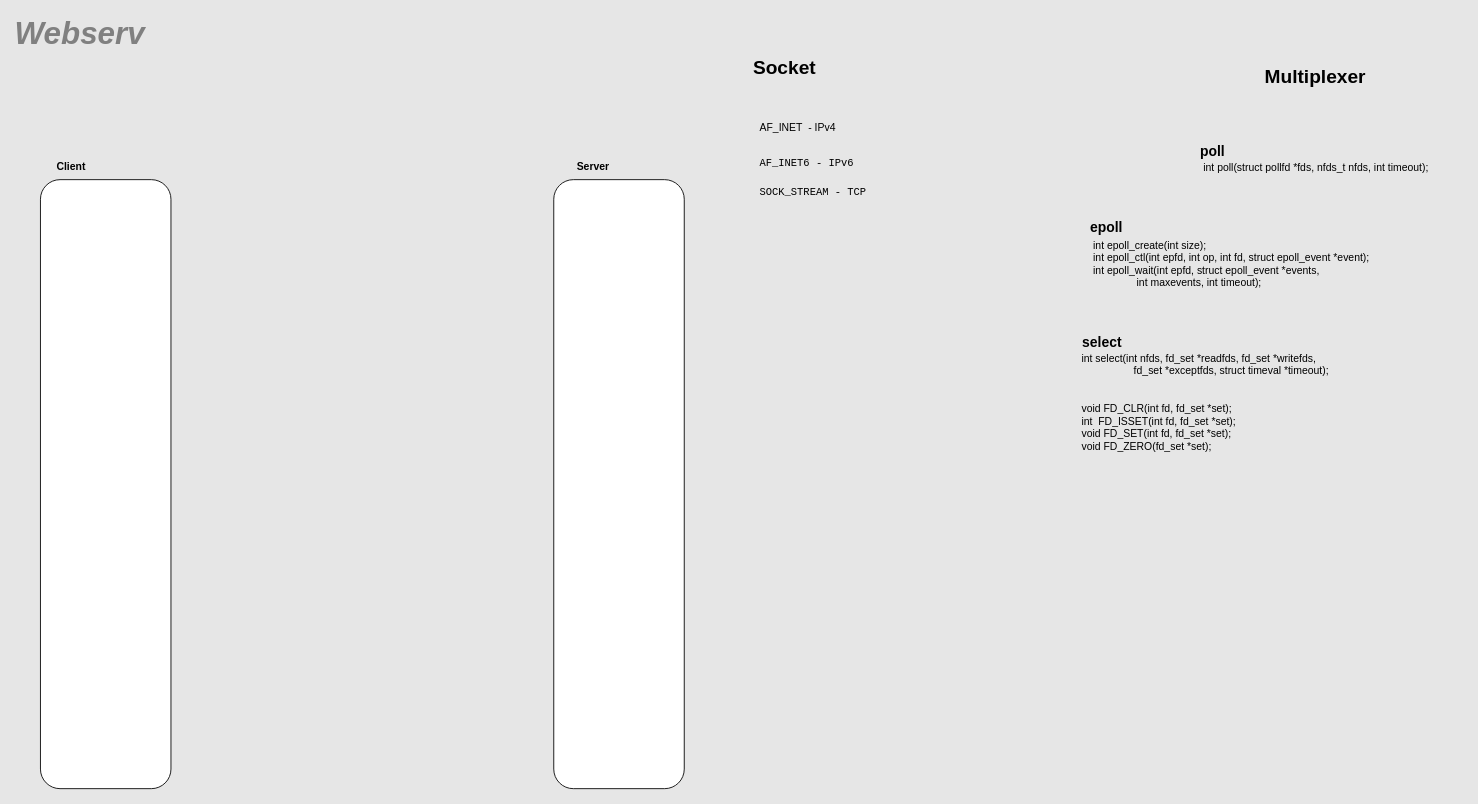
ykl910/42-webserv keeps this draw.io diagram as diagram/webserv.drawio. Above is the earlier version. Source tidied: cells renumbered, new cells numbered last; positions are measured from the earlier drawing's top-left corner, leaving out a move shared by most shapes. Both pictures are drawn from the tidied source at 87%, with x=0, y=0 at pixel (36, 16).
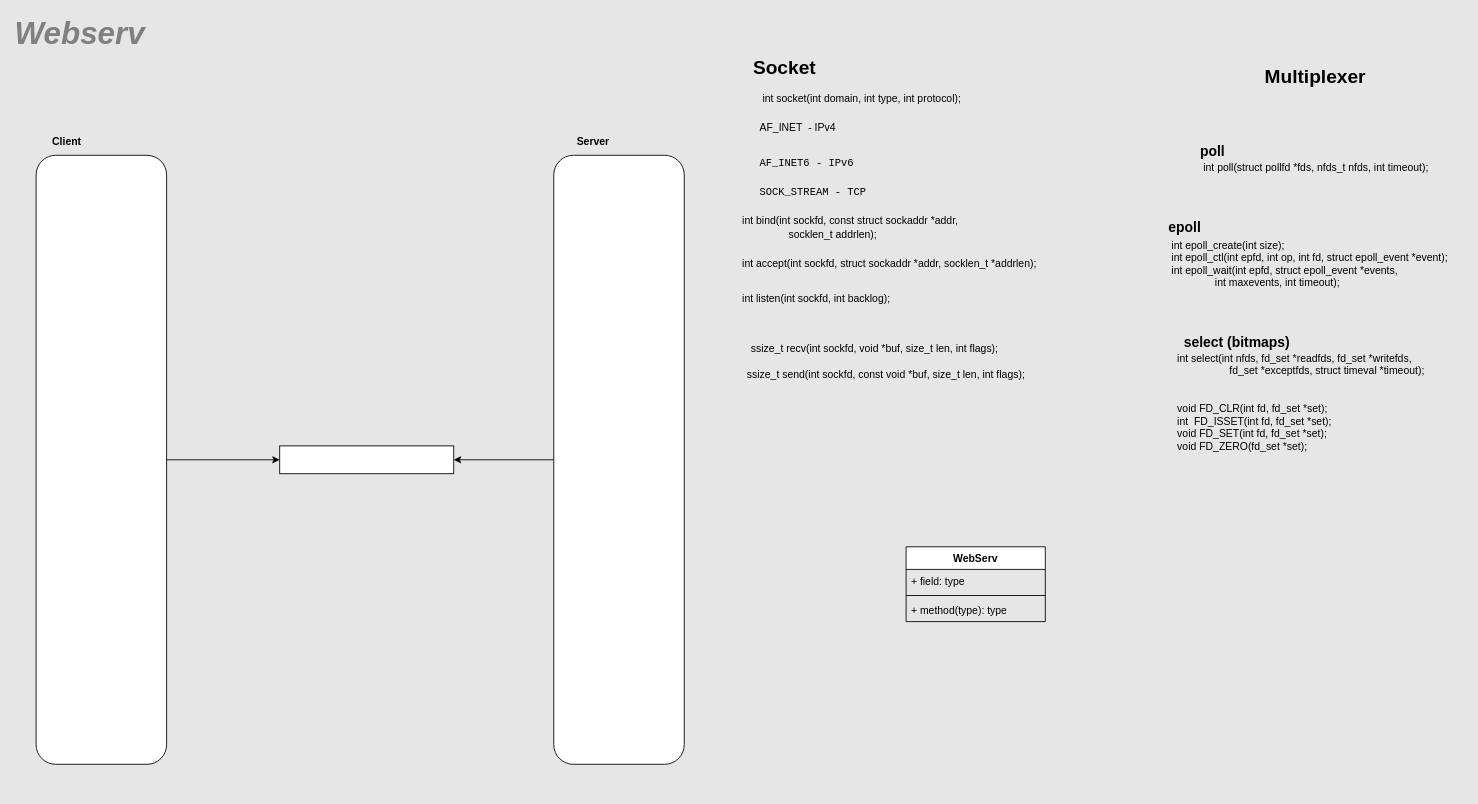
Above is the later version.

The edit, as a diff of the source:
```diff
@@
+    <mxCell id="18" style="edgeStyle=orthogonalEdgeStyle;rounded=0;jettySize=auto;html=1;exitX=1;exitY=0.5;exitDx=0;exitDy=0;entryX=0;entryY=0.5;entryDx=0;entryDy=0;" parent="1" edge="1" source="3" target="30">
+      <mxGeometry relative="1" as="geometry" />
+    </mxCell>
     <mxCell id="3" style="rounded=1;whiteSpace=wrap;html=1;" parent="1" vertex="1">
-      <mxGeometry x="5" y="188" width="150" height="700" as="geometry" />
+      <mxGeometry y="160" width="150" height="700" as="geometry" />
     </mxCell>
-    <mxCell id="4" value="select" style="text;html=1;align=center;verticalAlign=middle;strokeColor=none;fillColor=none;fontStyle=1;fontSize=16;" parent="1" vertex="1">
-      <mxGeometry x="1190" y="360" width="70" height="30" as="geometry" />
+    <mxCell id="4" value="select (bitmaps)" style="text;html=1;align=center;verticalAlign=middle;strokeColor=none;fillColor=none;fontStyle=1;fontSize=16;" parent="1" vertex="1">
+      <mxGeometry x="1310" y="360" width="140" height="30" as="geometry" />
     </mxCell>
@@
     <mxCell id="6" value="epoll" style="text;html=1;align=center;verticalAlign=middle;strokeColor=none;fillColor=none;fontStyle=1;fontSize=16;" parent="1" vertex="1">
-      <mxGeometry x="1200" y="228" width="60" height="30" as="geometry" />
+      <mxGeometry x="1290" y="228" width="60" height="30" as="geometry" />
     </mxCell>
     <mxCell id="7" value="Client" style="text;html=1;align=center;verticalAlign=middle;strokeColor=none;fillColor=none;fontStyle=1;" parent="1" vertex="1">
-      <mxGeometry x="15" y="158" width="50" height="30" as="geometry" />
+      <mxGeometry x="10" y="130" width="50" height="30" as="geometry" />
     </mxCell>
     <mxCell id="8" value="Server" style="text;html=1;align=center;verticalAlign=middle;strokeColor=none;fillColor=none;fontStyle=1;" parent="1" vertex="1">
-      <mxGeometry x="610" y="158" width="60" height="30" as="geometry" />
+      <mxGeometry x="610" y="130" width="60" height="30" as="geometry" />
     </mxCell>
+    <mxCell id="19" style="edgeStyle=orthogonalEdgeStyle;rounded=0;jettySize=auto;html=1;exitX=0;exitY=0.5;exitDx=0;exitDy=0;" parent="1" edge="1" source="9" target="30">
+      <mxGeometry relative="1" as="geometry" />
+    </mxCell>
     <mxCell id="9" style="rounded=1;whiteSpace=wrap;html=1;" parent="1" vertex="1">
-      <mxGeometry x="595" y="188" width="150" height="700" as="geometry" />
+      <mxGeometry x="595" y="160" width="150" height="700" as="geometry" />
     </mxCell>
@@
     <mxCell id="15" value="int select(int nfds, fd_set *readfds, fd_set *writefds,&#10;                  fd_set *exceptfds, struct timeval *timeout);&#10;&#10;&#10;void FD_CLR(int fd, fd_set *set);&#10;int  FD_ISSET(int fd, fd_set *set);&#10;void FD_SET(int fd, fd_set *set);&#10;void FD_ZERO(fd_set *set);" style="text;whiteSpace=wrap;" parent="1" vertex="1">
-      <mxGeometry x="1200" y="380" width="320" height="140" as="geometry" />
+      <mxGeometry x="1310" y="380" width="320" height="140" as="geometry" />
     </mxCell>
@@
     <mxCell id="17" value="&lt;div&gt;&amp;nbsp; &amp;nbsp; &amp;nbsp; &amp;nbsp;int epoll_create(int size);&lt;/div&gt;&lt;div&gt;&lt;div&gt;&amp;nbsp; &amp;nbsp; &amp;nbsp; &amp;nbsp;int epoll_ctl(int epfd, int op, int fd, struct epoll_event *event);&lt;/div&gt;&lt;/div&gt;&lt;div&gt;&lt;div&gt;&amp;nbsp; &amp;nbsp; &amp;nbsp; &amp;nbsp;int epoll_wait(int epfd, struct epoll_event *events,&lt;/div&gt;&lt;div&gt;&amp;nbsp; &amp;nbsp; &amp;nbsp; &amp;nbsp; &amp;nbsp; &amp;nbsp; &amp;nbsp; &amp;nbsp; &amp;nbsp; &amp;nbsp; &amp;nbsp; int maxevents, int timeout);&lt;/div&gt;&lt;/div&gt;" style="text;html=1;align=left;verticalAlign=middle;strokeColor=none;fillColor=none;" parent="1" vertex="1">
-      <mxGeometry x="1190" y="250" width="360" height="70" as="geometry" />
+      <mxGeometry x="1280" y="250" width="360" height="70" as="geometry" />
     </mxCell>
+    <mxCell id="20" value="&amp;nbsp; &amp;nbsp; &amp;nbsp; &amp;nbsp;int socket(int domain, int type, int protocol);" style="text;html=1;align=left;verticalAlign=middle;strokeColor=none;fillColor=none;" parent="1" vertex="1">
+      <mxGeometry x="810" y="80" width="270" height="30" as="geometry" />
+    </mxCell>
+    <mxCell id="21" value="&lt;div&gt;int bind(int sockfd, const struct sockaddr *addr,&lt;/div&gt;&lt;div&gt;&amp;nbsp; &amp;nbsp; &amp;nbsp; &amp;nbsp; &amp;nbsp; &amp;nbsp; &amp;nbsp; &amp;nbsp; socklen_t addrlen);&lt;/div&gt;" style="text;html=1;align=left;verticalAlign=middle;strokeColor=none;fillColor=none;" parent="1" vertex="1">
+      <mxGeometry x="810" y="223" width="270" height="40" as="geometry" />
+    </mxCell>
+    <mxCell id="22" value="int accept(int sockfd, struct sockaddr *addr, socklen_t *addrlen);" style="text;html=1;align=left;verticalAlign=middle;strokeColor=none;fillColor=none;" parent="1" vertex="1">
+      <mxGeometry x="810" y="270" width="360" height="30" as="geometry" />
+    </mxCell>
+    <mxCell id="23" value="&lt;div&gt;int listen(int sockfd, int backlog);&lt;/div&gt;" style="text;html=1;align=left;verticalAlign=middle;strokeColor=none;fillColor=none;" parent="1" vertex="1">
+      <mxGeometry x="810" y="310" width="190" height="30" as="geometry" />
+    </mxCell>
+    <mxCell id="24" value="ssize_t recv(int sockfd, void *buf, size_t len, int flags);" style="text;html=1;align=left;verticalAlign=middle;strokeColor=none;fillColor=none;" parent="1" vertex="1">
+      <mxGeometry x="820" y="368" width="310" height="30" as="geometry" />
+    </mxCell>
+    <mxCell id="25" value="&amp;nbsp; &amp;nbsp; &amp;nbsp; &amp;nbsp;ssize_t send(int sockfd, const void *buf, size_t len, int flags);" style="text;html=1;align=center;verticalAlign=middle;strokeColor=none;fillColor=none;" parent="1" vertex="1">
+      <mxGeometry x="780" y="398" width="370" height="30" as="geometry" />
+    </mxCell>
+    <mxCell id="26" value="WebServ" style="swimlane;fontStyle=1;align=center;verticalAlign=top;horizontal=1;startSize=26;whiteSpace=wrap;html=1;" parent="1" vertex="1">
+      <mxGeometry x="1000" y="610" width="160" height="86" as="geometry" />
+    </mxCell>
+    <mxCell id="27" value="+ field: type" style="text;strokeColor=none;fillColor=none;align=left;verticalAlign=top;spacingLeft=4;spacingRight=4;overflow=hidden;whiteSpace=wrap;html=1;" parent="26" vertex="1">
+      <mxGeometry y="26" width="160" height="26" as="geometry" />
+    </mxCell>
+    <mxCell id="28" style="line;strokeWidth=1;fillColor=none;align=left;verticalAlign=middle;spacingTop=-1;spacingLeft=3;spacingRight=3;labelPosition=right;strokeColor=inherit;" parent="26" vertex="1">
+      <mxGeometry y="52" width="160" height="8" as="geometry" />
+    </mxCell>
+    <mxCell id="29" value="+ method(type): type" style="text;strokeColor=none;fillColor=none;align=left;verticalAlign=top;spacingLeft=4;spacingRight=4;overflow=hidden;whiteSpace=wrap;html=1;" parent="26" vertex="1">
+      <mxGeometry y="60" width="160" height="26" as="geometry" />
+    </mxCell>
+    <mxCell id="30" style="rounded=0;whiteSpace=wrap;html=1;" parent="1" vertex="1">
+      <mxGeometry x="280" y="494" width="200" height="32" as="geometry" />
+    </mxCell>
```
